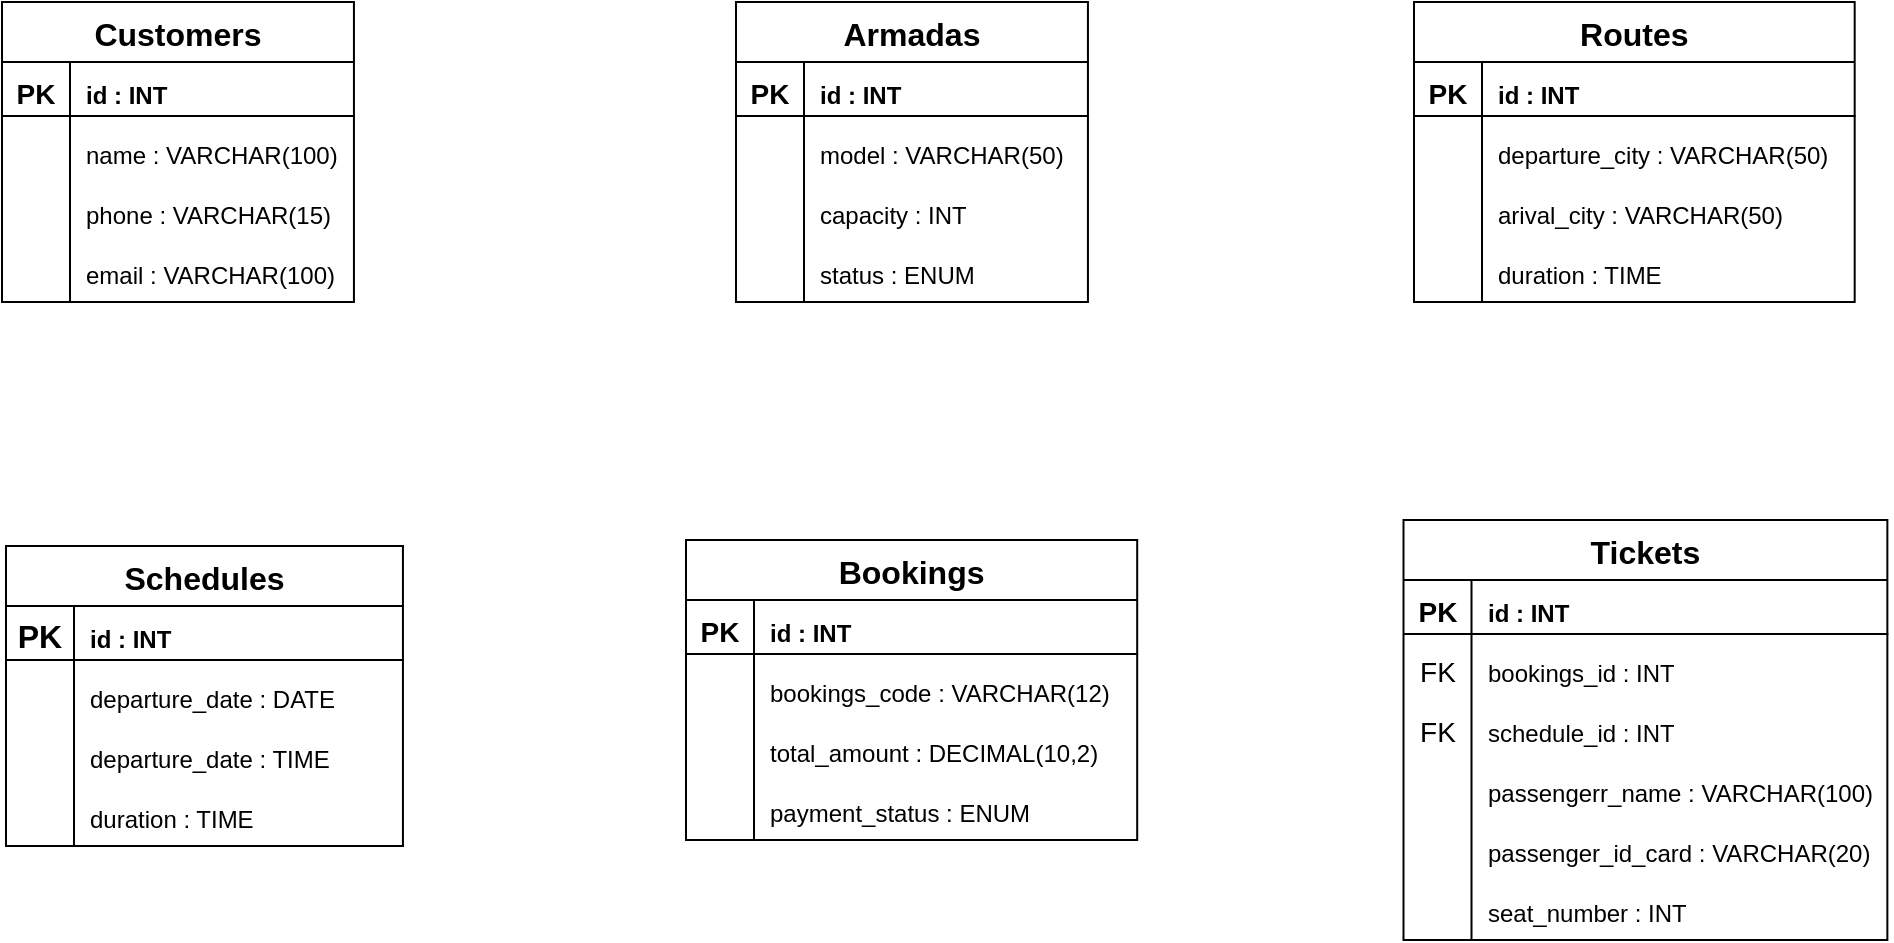
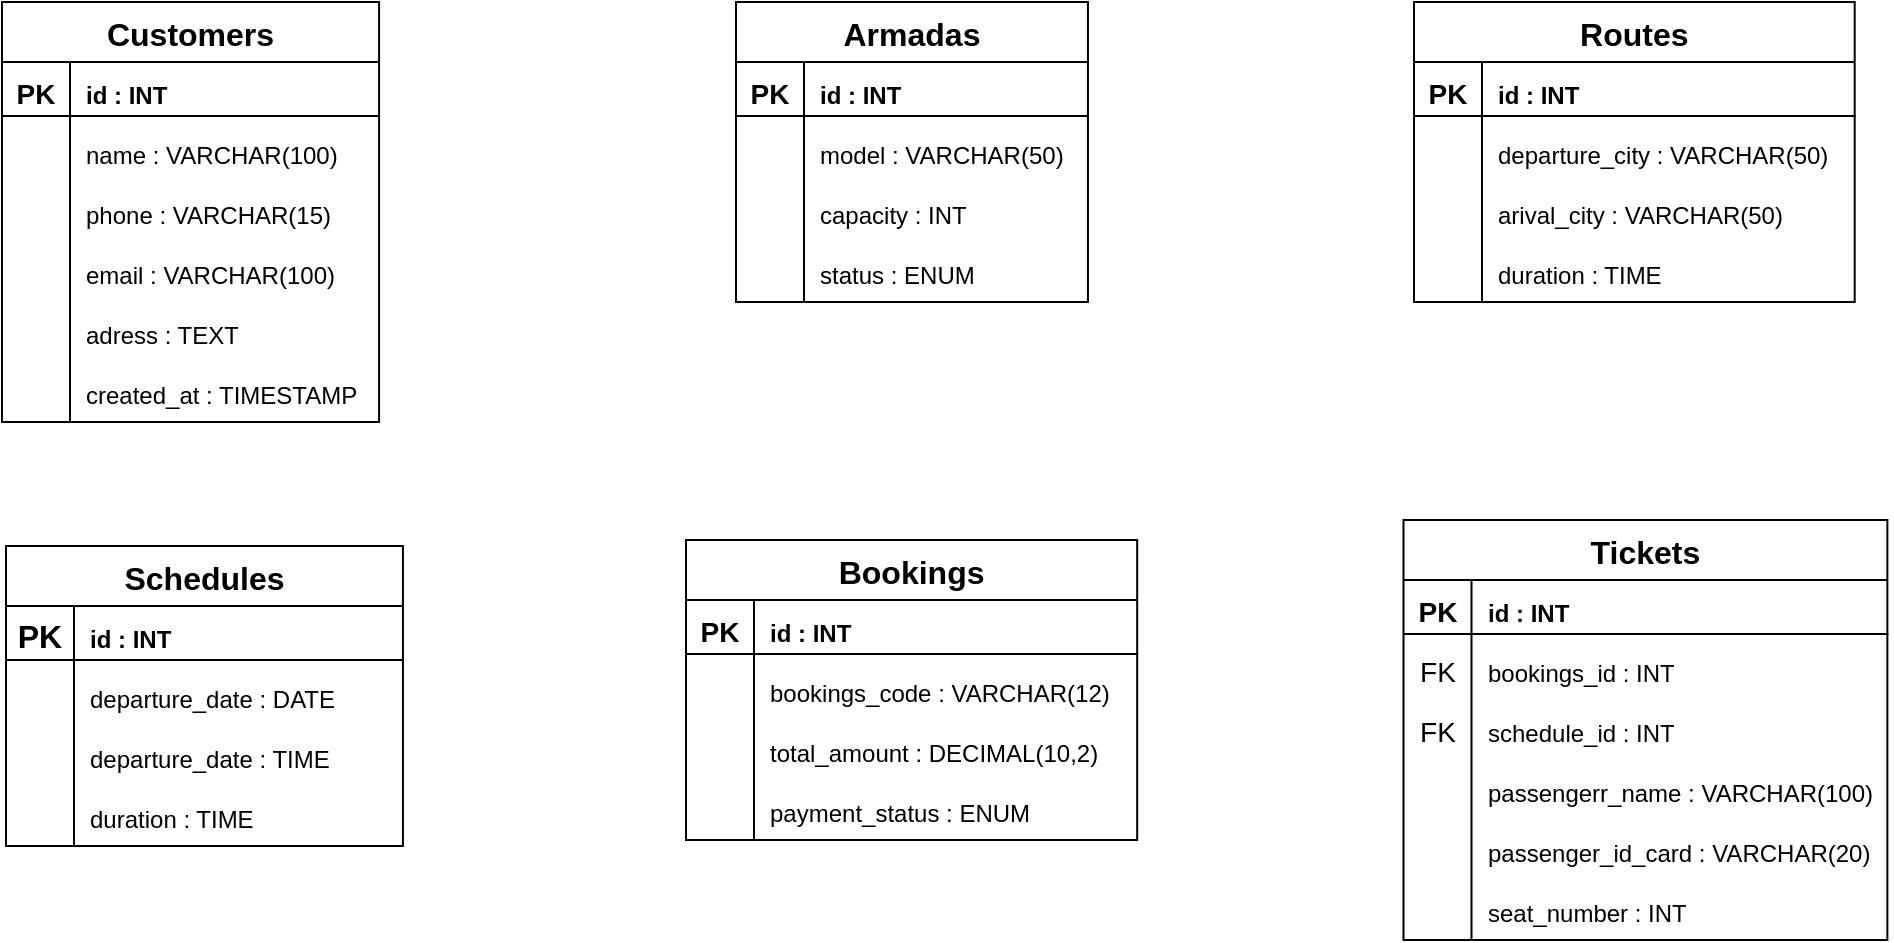
<mxfile host="Electron">
  <diagram name="Page-1" id="kJ8Mc6y_ZzB0DB1dgNBE">
-     <mxGraphModel dx="582" dy="344" grid="0" gridSize="10" guides="1" tooltips="1" connect="1" arrows="1" fold="1" page="1" pageScale="1" pageWidth="1169" pageHeight="827" background="#ffffff" math="0" shadow="0">
+     <mxGraphModel dx="1019" dy="602" grid="0" gridSize="10" guides="1" tooltips="1" connect="1" arrows="1" fold="1" page="1" pageScale="1" pageWidth="1169" pageHeight="827" background="#ffffff" math="0" shadow="0">
      <root>
        <mxCell id="0" />
        <mxCell id="1" parent="0" />
        <mxCell id="spA_d-TOyame6YQLWrdW-179" parent="1" style="shape=table;startSize=30;container=1;collapsible=0;childLayout=tableLayout;fixedRows=1;rowLines=0;fontStyle=1;strokeColor=#000000;fontSize=16;fontColor=#000000;fillColor=#FFFFFF;" value="Customers" vertex="1">
-           <mxGeometry height="150" width="175.9722609747027" x="130" y="88" as="geometry" />
+           <mxGeometry height="210" width="188.54173932756737" x="130" y="88" as="geometry" />
        </mxCell>
        <mxCell id="spA_d-TOyame6YQLWrdW-180" parent="spA_d-TOyame6YQLWrdW-179" style="shape=tableRow;horizontal=0;startSize=0;swimlaneHead=0;swimlaneBody=0;top=0;left=0;bottom=0;right=0;collapsible=0;dropTarget=0;fillColor=none;points=[[0,0.5],[1,0.5]];portConstraint=eastwest;strokeColor=inherit;fontSize=16;" value="" vertex="1">
-           <mxGeometry height="30" width="175.9722609747027" y="30" as="geometry" />
+           <mxGeometry height="30" width="188.54173932756737" y="30" as="geometry" />
        </mxCell>
        <mxCell id="spA_d-TOyame6YQLWrdW-181" parent="spA_d-TOyame6YQLWrdW-180" style="shape=partialRectangle;html=1;whiteSpace=wrap;connectable=0;fillColor=none;top=0;left=0;bottom=0;right=0;overflow=hidden;pointerEvents=1;strokeColor=#000000;fontSize=16;fontColor=#000000;" value="&lt;b&gt;&lt;font style=&quot;font-size: 14px;&quot;&gt;PK&lt;/font&gt;&lt;/b&gt;" vertex="1">
          <mxGeometry height="30" width="34" as="geometry">
            <mxRectangle height="30" width="34" as="alternateBounds" />
          </mxGeometry>
        </mxCell>
        <mxCell id="spA_d-TOyame6YQLWrdW-182" parent="spA_d-TOyame6YQLWrdW-180" style="shape=partialRectangle;html=1;whiteSpace=wrap;connectable=0;fillColor=none;top=0;left=0;bottom=0;right=0;align=left;spacingLeft=6;overflow=hidden;strokeColor=#000000;fontSize=16;fontColor=#000000;" value="&lt;font style=&quot;font-size: 12px;&quot;&gt;&lt;b&gt;id : INT&lt;/b&gt;&lt;/font&gt;" vertex="1">
-           <mxGeometry height="30" width="142" x="34" as="geometry">
-             <mxRectangle height="30" width="142" as="alternateBounds" />
+           <mxGeometry height="30" width="155" x="34" as="geometry">
+             <mxRectangle height="30" width="155" as="alternateBounds" />
          </mxGeometry>
        </mxCell>
        <mxCell id="spA_d-TOyame6YQLWrdW-183" parent="spA_d-TOyame6YQLWrdW-179" style="shape=tableRow;horizontal=0;startSize=0;swimlaneHead=0;swimlaneBody=0;top=0;left=0;bottom=0;right=0;collapsible=0;dropTarget=0;fillColor=none;points=[[0,0.5],[1,0.5]];portConstraint=eastwest;strokeColor=inherit;fontSize=16;" value="" vertex="1">
-           <mxGeometry height="30" width="175.9722609747027" y="60" as="geometry" />
+           <mxGeometry height="30" width="188.54173932756737" y="60" as="geometry" />
        </mxCell>
        <mxCell id="spA_d-TOyame6YQLWrdW-184" parent="spA_d-TOyame6YQLWrdW-183" style="shape=partialRectangle;html=1;whiteSpace=wrap;connectable=0;fillColor=none;top=0;left=0;bottom=0;right=0;overflow=hidden;strokeColor=inherit;fontSize=16;fontColor=#000000;" value="" vertex="1">
          <mxGeometry height="30" width="34" as="geometry">
            <mxRectangle height="30" width="34" as="alternateBounds" />
          </mxGeometry>
        </mxCell>
        <mxCell id="spA_d-TOyame6YQLWrdW-185" parent="spA_d-TOyame6YQLWrdW-183" style="shape=partialRectangle;html=1;whiteSpace=wrap;connectable=0;fillColor=none;top=0;left=0;bottom=0;right=0;align=left;spacingLeft=6;overflow=hidden;strokeColor=inherit;fontSize=16;fontColor=#000000;" value="&lt;span style=&quot;color: rgb(0, 0, 0); font-size: 12px;&quot;&gt;name :&amp;nbsp;&lt;/span&gt;&lt;span style=&quot;color: rgb(0, 0, 0); font-size: 12px; text-align: center;&quot;&gt;VARCHAR(100)&lt;/span&gt;" vertex="1">
-           <mxGeometry height="30" width="142" x="34" as="geometry">
-             <mxRectangle height="30" width="142" as="alternateBounds" />
+           <mxGeometry height="30" width="155" x="34" as="geometry">
+             <mxRectangle height="30" width="155" as="alternateBounds" />
          </mxGeometry>
        </mxCell>
        <mxCell id="spA_d-TOyame6YQLWrdW-186" parent="spA_d-TOyame6YQLWrdW-179" style="shape=tableRow;horizontal=0;startSize=0;swimlaneHead=0;swimlaneBody=0;top=0;left=0;bottom=0;right=0;collapsible=0;dropTarget=0;fillColor=none;points=[[0,0.5],[1,0.5]];portConstraint=eastwest;strokeColor=inherit;fontSize=16;" value="" vertex="1">
-           <mxGeometry height="30" width="175.9722609747027" y="90" as="geometry" />
+           <mxGeometry height="30" width="188.54173932756737" y="90" as="geometry" />
        </mxCell>
        <mxCell id="spA_d-TOyame6YQLWrdW-187" parent="spA_d-TOyame6YQLWrdW-186" style="shape=partialRectangle;html=1;whiteSpace=wrap;connectable=0;fillColor=none;top=0;left=0;bottom=0;right=0;overflow=hidden;strokeColor=inherit;fontSize=16;fontColor=#000000;" value="" vertex="1">
          <mxGeometry height="30" width="34" as="geometry">
            <mxRectangle height="30" width="34" as="alternateBounds" />
          </mxGeometry>
        </mxCell>
        <mxCell id="spA_d-TOyame6YQLWrdW-188" parent="spA_d-TOyame6YQLWrdW-186" style="shape=partialRectangle;html=1;whiteSpace=wrap;connectable=0;fillColor=none;top=0;left=0;bottom=0;right=0;align=left;spacingLeft=6;overflow=hidden;strokeColor=inherit;fontSize=16;fontColor=#000000;" value="&lt;span style=&quot;color: rgb(0, 0, 0); font-size: 12px;&quot;&gt;phone :&amp;nbsp;&lt;/span&gt;&lt;span style=&quot;color: rgb(0, 0, 0); font-size: 12px; text-align: center;&quot;&gt;VARCHAR(15)&lt;/span&gt;" vertex="1">
-           <mxGeometry height="30" width="142" x="34" as="geometry">
-             <mxRectangle height="30" width="142" as="alternateBounds" />
+           <mxGeometry height="30" width="155" x="34" as="geometry">
+             <mxRectangle height="30" width="155" as="alternateBounds" />
          </mxGeometry>
        </mxCell>
        <mxCell id="Xo8xpW6T9qOqPY2RvKqo-4" parent="spA_d-TOyame6YQLWrdW-179" style="shape=tableRow;horizontal=0;startSize=0;swimlaneHead=0;swimlaneBody=0;top=0;left=0;bottom=0;right=0;collapsible=0;dropTarget=0;fillColor=none;points=[[0,0.5],[1,0.5]];portConstraint=eastwest;strokeColor=inherit;fontSize=16;" value="" vertex="1">
-           <mxGeometry height="30" width="175.9722609747027" y="120" as="geometry" />
+           <mxGeometry height="30" width="188.54173932756737" y="120" as="geometry" />
        </mxCell>
        <mxCell id="Xo8xpW6T9qOqPY2RvKqo-5" parent="Xo8xpW6T9qOqPY2RvKqo-4" style="shape=partialRectangle;html=1;whiteSpace=wrap;connectable=0;fillColor=none;top=0;left=0;bottom=0;right=0;overflow=hidden;strokeColor=inherit;fontSize=16;fontColor=#000000;" value="" vertex="1">
          <mxGeometry height="30" width="34" as="geometry">
            <mxRectangle height="30" width="34" as="alternateBounds" />
          </mxGeometry>
        </mxCell>
        <mxCell id="Xo8xpW6T9qOqPY2RvKqo-6" parent="Xo8xpW6T9qOqPY2RvKqo-4" style="shape=partialRectangle;html=1;whiteSpace=wrap;connectable=0;fillColor=none;top=0;left=0;bottom=0;right=0;align=left;spacingLeft=6;overflow=hidden;strokeColor=inherit;fontSize=16;fontColor=#000000;" value="&lt;span style=&quot;color: rgb(0, 0, 0); font-size: 12px;&quot;&gt;email :&amp;nbsp;&lt;/span&gt;&lt;span style=&quot;color: rgb(0, 0, 0); font-size: 12px; text-align: center;&quot;&gt;VARCHAR(100)&lt;/span&gt;" vertex="1">
-           <mxGeometry height="30" width="142" x="34" as="geometry">
-             <mxRectangle height="30" width="142" as="alternateBounds" />
+           <mxGeometry height="30" width="155" x="34" as="geometry">
+             <mxRectangle height="30" width="155" as="alternateBounds" />
+           </mxGeometry>
+         </mxCell>
+         <mxCell id="4wj_1gfYNaP55m7zzhlJ-24" parent="spA_d-TOyame6YQLWrdW-179" style="shape=tableRow;horizontal=0;startSize=0;swimlaneHead=0;swimlaneBody=0;top=0;left=0;bottom=0;right=0;collapsible=0;dropTarget=0;fillColor=none;points=[[0,0.5],[1,0.5]];portConstraint=eastwest;strokeColor=inherit;fontSize=16;" value="" vertex="1">
+           <mxGeometry height="30" width="188.54173932756737" y="150" as="geometry" />
+         </mxCell>
+         <mxCell id="4wj_1gfYNaP55m7zzhlJ-25" parent="4wj_1gfYNaP55m7zzhlJ-24" style="shape=partialRectangle;html=1;whiteSpace=wrap;connectable=0;fillColor=none;top=0;left=0;bottom=0;right=0;overflow=hidden;strokeColor=inherit;fontSize=16;fontColor=#000000;" value="" vertex="1">
+           <mxGeometry height="30" width="34" as="geometry">
+             <mxRectangle height="30" width="34" as="alternateBounds" />
+           </mxGeometry>
+         </mxCell>
+         <mxCell id="4wj_1gfYNaP55m7zzhlJ-26" parent="4wj_1gfYNaP55m7zzhlJ-24" style="shape=partialRectangle;html=1;whiteSpace=wrap;connectable=0;fillColor=none;top=0;left=0;bottom=0;right=0;align=left;spacingLeft=6;overflow=hidden;strokeColor=inherit;fontSize=16;fontColor=#000000;" value="&lt;div style=&quot;text-align: center;&quot;&gt;&lt;span style=&quot;color: rgb(0, 0, 0); font-size: 12px; background-color: transparent;&quot;&gt;adress : TEXT&lt;/span&gt;&lt;/div&gt;" vertex="1">
+           <mxGeometry height="30" width="155" x="34" as="geometry">
+             <mxRectangle height="30" width="155" as="alternateBounds" />
+           </mxGeometry>
+         </mxCell>
+         <mxCell id="4wj_1gfYNaP55m7zzhlJ-27" parent="spA_d-TOyame6YQLWrdW-179" style="shape=tableRow;horizontal=0;startSize=0;swimlaneHead=0;swimlaneBody=0;top=0;left=0;bottom=0;right=0;collapsible=0;dropTarget=0;fillColor=none;points=[[0,0.5],[1,0.5]];portConstraint=eastwest;strokeColor=inherit;fontSize=16;" value="" vertex="1">
+           <mxGeometry height="30" width="188.54173932756737" y="180" as="geometry" />
+         </mxCell>
+         <mxCell id="4wj_1gfYNaP55m7zzhlJ-28" parent="4wj_1gfYNaP55m7zzhlJ-27" style="shape=partialRectangle;html=1;whiteSpace=wrap;connectable=0;fillColor=none;top=0;left=0;bottom=0;right=0;overflow=hidden;strokeColor=inherit;fontSize=16;fontColor=#000000;" value="" vertex="1">
+           <mxGeometry height="30" width="34" as="geometry">
+             <mxRectangle height="30" width="34" as="alternateBounds" />
+           </mxGeometry>
+         </mxCell>
+         <mxCell id="4wj_1gfYNaP55m7zzhlJ-29" parent="4wj_1gfYNaP55m7zzhlJ-27" style="shape=partialRectangle;html=1;whiteSpace=wrap;connectable=0;fillColor=none;top=0;left=0;bottom=0;right=0;align=left;spacingLeft=6;overflow=hidden;strokeColor=inherit;fontSize=16;fontColor=#000000;" value="&lt;div style=&quot;text-align: center;&quot;&gt;&lt;span style=&quot;color: rgb(0, 0, 0); font-size: 12px; background-color: transparent;&quot;&gt;created_at : TIMESTAMP&lt;/span&gt;&lt;/div&gt;" vertex="1">
+           <mxGeometry height="30" width="155" x="34" as="geometry">
+             <mxRectangle height="30" width="155" as="alternateBounds" />
          </mxGeometry>
        </mxCell>
        <mxCell id="Xo8xpW6T9qOqPY2RvKqo-3" edge="1" parent="spA_d-TOyame6YQLWrdW-179" source="spA_d-TOyame6YQLWrdW-180" style="endArrow=none;html=1;rounded=0;strokeColor=#000000;entryX=1.002;entryY=0.898;entryDx=0;entryDy=0;entryPerimeter=0;exitX=0;exitY=0.9;exitDx=0;exitDy=0;exitPerimeter=0;" target="spA_d-TOyame6YQLWrdW-180" value="">
          <mxGeometry height="50" relative="1" width="50" as="geometry">
            <mxPoint x="72" y="102" as="sourcePoint" />
            <mxPoint x="122" y="52" as="targetPoint" />
          </mxGeometry>
        </mxCell>
        <mxCell id="Xo8xpW6T9qOqPY2RvKqo-7" parent="1" style="shape=table;startSize=30;container=1;collapsible=0;childLayout=tableLayout;fixedRows=1;rowLines=0;fontStyle=1;strokeColor=#000000;fontSize=16;fontColor=#000000;fillColor=#FFFFFF;" value="Armadas" vertex="1">
          <mxGeometry height="150" width="175.9722609747027" x="497" y="88" as="geometry" />
        </mxCell>
        <mxCell id="Xo8xpW6T9qOqPY2RvKqo-8" parent="Xo8xpW6T9qOqPY2RvKqo-7" style="shape=tableRow;horizontal=0;startSize=0;swimlaneHead=0;swimlaneBody=0;top=0;left=0;bottom=0;right=0;collapsible=0;dropTarget=0;fillColor=none;points=[[0,0.5],[1,0.5]];portConstraint=eastwest;strokeColor=inherit;fontSize=16;" value="" vertex="1">
          <mxGeometry height="30" width="175.9722609747027" y="30" as="geometry" />
        </mxCell>
        <mxCell id="Xo8xpW6T9qOqPY2RvKqo-9" parent="Xo8xpW6T9qOqPY2RvKqo-8" style="shape=partialRectangle;html=1;whiteSpace=wrap;connectable=0;fillColor=none;top=0;left=0;bottom=0;right=0;overflow=hidden;pointerEvents=1;strokeColor=#000000;fontSize=16;fontColor=#000000;" value="&lt;b&gt;&lt;font style=&quot;font-size: 14px;&quot;&gt;PK&lt;/font&gt;&lt;/b&gt;" vertex="1">
          <mxGeometry height="30" width="34" as="geometry">
            <mxRectangle height="30" width="34" as="alternateBounds" />
          </mxGeometry>
        </mxCell>
        <mxCell id="Xo8xpW6T9qOqPY2RvKqo-10" parent="Xo8xpW6T9qOqPY2RvKqo-8" style="shape=partialRectangle;html=1;whiteSpace=wrap;connectable=0;fillColor=none;top=0;left=0;bottom=0;right=0;align=left;spacingLeft=6;overflow=hidden;strokeColor=#000000;fontSize=16;fontColor=#000000;" value="&lt;font style=&quot;font-size: 12px;&quot;&gt;&lt;b&gt;id : INT&lt;/b&gt;&lt;/font&gt;" vertex="1">
          <mxGeometry height="30" width="142" x="34" as="geometry">
            <mxRectangle height="30" width="142" as="alternateBounds" />
          </mxGeometry>
        </mxCell>
        <mxCell id="Xo8xpW6T9qOqPY2RvKqo-11" parent="Xo8xpW6T9qOqPY2RvKqo-7" style="shape=tableRow;horizontal=0;startSize=0;swimlaneHead=0;swimlaneBody=0;top=0;left=0;bottom=0;right=0;collapsible=0;dropTarget=0;fillColor=none;points=[[0,0.5],[1,0.5]];portConstraint=eastwest;strokeColor=inherit;fontSize=16;" value="" vertex="1">
          <mxGeometry height="30" width="175.9722609747027" y="60" as="geometry" />
        </mxCell>
        <mxCell id="Xo8xpW6T9qOqPY2RvKqo-12" parent="Xo8xpW6T9qOqPY2RvKqo-11" style="shape=partialRectangle;html=1;whiteSpace=wrap;connectable=0;fillColor=none;top=0;left=0;bottom=0;right=0;overflow=hidden;strokeColor=inherit;fontSize=16;fontColor=#000000;" value="" vertex="1">
          <mxGeometry height="30" width="34" as="geometry">
            <mxRectangle height="30" width="34" as="alternateBounds" />
          </mxGeometry>
        </mxCell>
        <mxCell id="Xo8xpW6T9qOqPY2RvKqo-13" parent="Xo8xpW6T9qOqPY2RvKqo-11" style="shape=partialRectangle;html=1;whiteSpace=wrap;connectable=0;fillColor=none;top=0;left=0;bottom=0;right=0;align=left;spacingLeft=6;overflow=hidden;strokeColor=inherit;fontSize=16;fontColor=#000000;" value="&lt;font color=&quot;#000000&quot;&gt;&lt;span style=&quot;font-size: 12px;&quot;&gt;model : VARCHAR(50)&lt;/span&gt;&lt;/font&gt;" vertex="1">
          <mxGeometry height="30" width="142" x="34" as="geometry">
            <mxRectangle height="30" width="142" as="alternateBounds" />
          </mxGeometry>
        </mxCell>
        <mxCell id="Xo8xpW6T9qOqPY2RvKqo-14" parent="Xo8xpW6T9qOqPY2RvKqo-7" style="shape=tableRow;horizontal=0;startSize=0;swimlaneHead=0;swimlaneBody=0;top=0;left=0;bottom=0;right=0;collapsible=0;dropTarget=0;fillColor=none;points=[[0,0.5],[1,0.5]];portConstraint=eastwest;strokeColor=inherit;fontSize=16;" value="" vertex="1">
          <mxGeometry height="30" width="175.9722609747027" y="90" as="geometry" />
        </mxCell>
        <mxCell id="Xo8xpW6T9qOqPY2RvKqo-15" parent="Xo8xpW6T9qOqPY2RvKqo-14" style="shape=partialRectangle;html=1;whiteSpace=wrap;connectable=0;fillColor=none;top=0;left=0;bottom=0;right=0;overflow=hidden;strokeColor=inherit;fontSize=16;fontColor=#000000;" value="" vertex="1">
          <mxGeometry height="30" width="34" as="geometry">
            <mxRectangle height="30" width="34" as="alternateBounds" />
          </mxGeometry>
        </mxCell>
        <mxCell id="Xo8xpW6T9qOqPY2RvKqo-16" parent="Xo8xpW6T9qOqPY2RvKqo-14" style="shape=partialRectangle;html=1;whiteSpace=wrap;connectable=0;fillColor=none;top=0;left=0;bottom=0;right=0;align=left;spacingLeft=6;overflow=hidden;strokeColor=inherit;fontSize=16;fontColor=#000000;" value="&lt;div style=&quot;text-align: center;&quot;&gt;&lt;span style=&quot;color: rgb(0, 0, 0); font-size: 12px; background-color: transparent;&quot;&gt;capacity : INT&lt;/span&gt;&lt;/div&gt;" vertex="1">
          <mxGeometry height="30" width="142" x="34" as="geometry">
            <mxRectangle height="30" width="142" as="alternateBounds" />
          </mxGeometry>
        </mxCell>
        <mxCell id="Xo8xpW6T9qOqPY2RvKqo-17" parent="Xo8xpW6T9qOqPY2RvKqo-7" style="shape=tableRow;horizontal=0;startSize=0;swimlaneHead=0;swimlaneBody=0;top=0;left=0;bottom=0;right=0;collapsible=0;dropTarget=0;fillColor=none;points=[[0,0.5],[1,0.5]];portConstraint=eastwest;strokeColor=inherit;fontSize=16;" value="" vertex="1">
          <mxGeometry height="30" width="175.9722609747027" y="120" as="geometry" />
        </mxCell>
        <mxCell id="Xo8xpW6T9qOqPY2RvKqo-18" parent="Xo8xpW6T9qOqPY2RvKqo-17" style="shape=partialRectangle;html=1;whiteSpace=wrap;connectable=0;fillColor=none;top=0;left=0;bottom=0;right=0;overflow=hidden;strokeColor=inherit;fontSize=16;fontColor=#000000;" value="" vertex="1">
          <mxGeometry height="30" width="34" as="geometry">
            <mxRectangle height="30" width="34" as="alternateBounds" />
          </mxGeometry>
        </mxCell>
        <mxCell id="Xo8xpW6T9qOqPY2RvKqo-19" parent="Xo8xpW6T9qOqPY2RvKqo-17" style="shape=partialRectangle;html=1;whiteSpace=wrap;connectable=0;fillColor=none;top=0;left=0;bottom=0;right=0;align=left;spacingLeft=6;overflow=hidden;strokeColor=inherit;fontSize=16;fontColor=#000000;" value="&lt;span style=&quot;color: rgb(0, 0, 0); font-size: 12px;&quot;&gt;status :&amp;nbsp;&lt;/span&gt;&lt;span style=&quot;color: rgb(0, 0, 0); font-size: 12px; text-align: center;&quot;&gt;ENUM&lt;/span&gt;" vertex="1">
          <mxGeometry height="30" width="142" x="34" as="geometry">
            <mxRectangle height="30" width="142" as="alternateBounds" />
          </mxGeometry>
        </mxCell>
        <mxCell id="Xo8xpW6T9qOqPY2RvKqo-20" edge="1" parent="Xo8xpW6T9qOqPY2RvKqo-7" source="Xo8xpW6T9qOqPY2RvKqo-8" style="endArrow=none;html=1;rounded=0;strokeColor=#000000;entryX=1.002;entryY=0.898;entryDx=0;entryDy=0;entryPerimeter=0;exitX=0;exitY=0.9;exitDx=0;exitDy=0;exitPerimeter=0;" target="Xo8xpW6T9qOqPY2RvKqo-8" value="">
          <mxGeometry height="50" relative="1" width="50" as="geometry">
            <mxPoint x="72" y="102" as="sourcePoint" />
            <mxPoint x="122" y="52" as="targetPoint" />
          </mxGeometry>
        </mxCell>
        <mxCell id="Xo8xpW6T9qOqPY2RvKqo-21" parent="1" style="shape=table;startSize=30;container=1;collapsible=0;childLayout=tableLayout;fixedRows=1;rowLines=0;fontStyle=1;strokeColor=#000000;fontSize=16;fontColor=#000000;fillColor=#FFFFFF;" value="Routes" vertex="1">
          <mxGeometry height="150" width="220.34746442522356" x="836" y="88" as="geometry" />
        </mxCell>
        <mxCell id="Xo8xpW6T9qOqPY2RvKqo-22" parent="Xo8xpW6T9qOqPY2RvKqo-21" style="shape=tableRow;horizontal=0;startSize=0;swimlaneHead=0;swimlaneBody=0;top=0;left=0;bottom=0;right=0;collapsible=0;dropTarget=0;fillColor=none;points=[[0,0.5],[1,0.5]];portConstraint=eastwest;strokeColor=inherit;fontSize=16;" value="" vertex="1">
          <mxGeometry height="30" width="220.34746442522356" y="30" as="geometry" />
        </mxCell>
        <mxCell id="Xo8xpW6T9qOqPY2RvKqo-23" parent="Xo8xpW6T9qOqPY2RvKqo-22" style="shape=partialRectangle;html=1;whiteSpace=wrap;connectable=0;fillColor=none;top=0;left=0;bottom=0;right=0;overflow=hidden;pointerEvents=1;strokeColor=#000000;fontSize=16;fontColor=#000000;" value="&lt;b&gt;&lt;font style=&quot;font-size: 14px;&quot;&gt;PK&lt;/font&gt;&lt;/b&gt;" vertex="1">
          <mxGeometry height="30" width="34" as="geometry">
            <mxRectangle height="30" width="34" as="alternateBounds" />
          </mxGeometry>
        </mxCell>
        <mxCell id="Xo8xpW6T9qOqPY2RvKqo-24" parent="Xo8xpW6T9qOqPY2RvKqo-22" style="shape=partialRectangle;html=1;whiteSpace=wrap;connectable=0;fillColor=none;top=0;left=0;bottom=0;right=0;align=left;spacingLeft=6;overflow=hidden;strokeColor=#000000;fontSize=16;fontColor=#000000;" value="&lt;font style=&quot;font-size: 12px;&quot;&gt;&lt;b&gt;id : INT&lt;/b&gt;&lt;/font&gt;" vertex="1">
          <mxGeometry height="30" width="186" x="34" as="geometry">
            <mxRectangle height="30" width="186" as="alternateBounds" />
          </mxGeometry>
        </mxCell>
        <mxCell id="Xo8xpW6T9qOqPY2RvKqo-25" parent="Xo8xpW6T9qOqPY2RvKqo-21" style="shape=tableRow;horizontal=0;startSize=0;swimlaneHead=0;swimlaneBody=0;top=0;left=0;bottom=0;right=0;collapsible=0;dropTarget=0;fillColor=none;points=[[0,0.5],[1,0.5]];portConstraint=eastwest;strokeColor=inherit;fontSize=16;" value="" vertex="1">
          <mxGeometry height="30" width="220.34746442522356" y="60" as="geometry" />
        </mxCell>
        <mxCell id="Xo8xpW6T9qOqPY2RvKqo-26" parent="Xo8xpW6T9qOqPY2RvKqo-25" style="shape=partialRectangle;html=1;whiteSpace=wrap;connectable=0;fillColor=none;top=0;left=0;bottom=0;right=0;overflow=hidden;strokeColor=inherit;fontSize=16;fontColor=#000000;" value="" vertex="1">
          <mxGeometry height="30" width="34" as="geometry">
            <mxRectangle height="30" width="34" as="alternateBounds" />
          </mxGeometry>
        </mxCell>
        <mxCell id="Xo8xpW6T9qOqPY2RvKqo-27" parent="Xo8xpW6T9qOqPY2RvKqo-25" style="shape=partialRectangle;html=1;whiteSpace=wrap;connectable=0;fillColor=none;top=0;left=0;bottom=0;right=0;align=left;spacingLeft=6;overflow=hidden;strokeColor=inherit;fontSize=16;fontColor=#000000;" value="&lt;font color=&quot;#000000&quot;&gt;&lt;span style=&quot;font-size: 12px;&quot;&gt;departure_city : VARCHAR(50)&lt;/span&gt;&lt;/font&gt;" vertex="1">
          <mxGeometry height="30" width="186" x="34" as="geometry">
            <mxRectangle height="30" width="186" as="alternateBounds" />
          </mxGeometry>
        </mxCell>
        <mxCell id="Xo8xpW6T9qOqPY2RvKqo-28" parent="Xo8xpW6T9qOqPY2RvKqo-21" style="shape=tableRow;horizontal=0;startSize=0;swimlaneHead=0;swimlaneBody=0;top=0;left=0;bottom=0;right=0;collapsible=0;dropTarget=0;fillColor=none;points=[[0,0.5],[1,0.5]];portConstraint=eastwest;strokeColor=inherit;fontSize=16;" value="" vertex="1">
          <mxGeometry height="30" width="220.34746442522356" y="90" as="geometry" />
        </mxCell>
        <mxCell id="Xo8xpW6T9qOqPY2RvKqo-29" parent="Xo8xpW6T9qOqPY2RvKqo-28" style="shape=partialRectangle;html=1;whiteSpace=wrap;connectable=0;fillColor=none;top=0;left=0;bottom=0;right=0;overflow=hidden;strokeColor=inherit;fontSize=16;fontColor=#000000;" value="" vertex="1">
          <mxGeometry height="30" width="34" as="geometry">
            <mxRectangle height="30" width="34" as="alternateBounds" />
          </mxGeometry>
        </mxCell>
        <mxCell id="Xo8xpW6T9qOqPY2RvKqo-30" parent="Xo8xpW6T9qOqPY2RvKqo-28" style="shape=partialRectangle;html=1;whiteSpace=wrap;connectable=0;fillColor=none;top=0;left=0;bottom=0;right=0;align=left;spacingLeft=6;overflow=hidden;strokeColor=inherit;fontSize=16;fontColor=#000000;" value="&lt;div style=&quot;text-align: center;&quot;&gt;&lt;span style=&quot;color: rgb(0, 0, 0); font-size: 12px; background-color: transparent;&quot;&gt;arival_city : VARCHAR(50)&lt;/span&gt;&lt;/div&gt;" vertex="1">
          <mxGeometry height="30" width="186" x="34" as="geometry">
            <mxRectangle height="30" width="186" as="alternateBounds" />
          </mxGeometry>
        </mxCell>
        <mxCell id="Xo8xpW6T9qOqPY2RvKqo-31" parent="Xo8xpW6T9qOqPY2RvKqo-21" style="shape=tableRow;horizontal=0;startSize=0;swimlaneHead=0;swimlaneBody=0;top=0;left=0;bottom=0;right=0;collapsible=0;dropTarget=0;fillColor=none;points=[[0,0.5],[1,0.5]];portConstraint=eastwest;strokeColor=inherit;fontSize=16;" value="" vertex="1">
          <mxGeometry height="30" width="220.34746442522356" y="120" as="geometry" />
        </mxCell>
        <mxCell id="Xo8xpW6T9qOqPY2RvKqo-32" parent="Xo8xpW6T9qOqPY2RvKqo-31" style="shape=partialRectangle;html=1;whiteSpace=wrap;connectable=0;fillColor=none;top=0;left=0;bottom=0;right=0;overflow=hidden;strokeColor=inherit;fontSize=16;fontColor=#000000;" value="" vertex="1">
          <mxGeometry height="30" width="34" as="geometry">
            <mxRectangle height="30" width="34" as="alternateBounds" />
          </mxGeometry>
        </mxCell>
        <mxCell id="Xo8xpW6T9qOqPY2RvKqo-33" parent="Xo8xpW6T9qOqPY2RvKqo-31" style="shape=partialRectangle;html=1;whiteSpace=wrap;connectable=0;fillColor=none;top=0;left=0;bottom=0;right=0;align=left;spacingLeft=6;overflow=hidden;strokeColor=inherit;fontSize=16;fontColor=#000000;" value="&lt;div style=&quot;text-align: center;&quot;&gt;&lt;span style=&quot;color: rgb(0, 0, 0); font-size: 12px; background-color: transparent;&quot;&gt;duration : TIME&lt;/span&gt;&lt;/div&gt;" vertex="1">
          <mxGeometry height="30" width="186" x="34" as="geometry">
            <mxRectangle height="30" width="186" as="alternateBounds" />
          </mxGeometry>
        </mxCell>
        <mxCell id="Xo8xpW6T9qOqPY2RvKqo-34" edge="1" parent="Xo8xpW6T9qOqPY2RvKqo-21" source="Xo8xpW6T9qOqPY2RvKqo-22" style="endArrow=none;html=1;rounded=0;strokeColor=#000000;entryX=1.002;entryY=0.898;entryDx=0;entryDy=0;entryPerimeter=0;exitX=0;exitY=0.9;exitDx=0;exitDy=0;exitPerimeter=0;" target="Xo8xpW6T9qOqPY2RvKqo-22" value="">
          <mxGeometry height="50" relative="1" width="50" as="geometry">
            <mxPoint x="72" y="102" as="sourcePoint" />
            <mxPoint x="122" y="52" as="targetPoint" />
          </mxGeometry>
        </mxCell>
        <mxCell id="Xo8xpW6T9qOqPY2RvKqo-49" parent="1" style="shape=table;startSize=30;container=1;collapsible=0;childLayout=tableLayout;fixedRows=1;rowLines=0;fontStyle=1;strokeColor=#000000;fontSize=16;fontColor=#000000;fillColor=#FFFFFF;" value="Schedules" vertex="1">
          <mxGeometry height="150" width="198.47246442522373" x="132" y="360" as="geometry" />
        </mxCell>
        <mxCell id="Xo8xpW6T9qOqPY2RvKqo-50" parent="Xo8xpW6T9qOqPY2RvKqo-49" style="shape=tableRow;horizontal=0;startSize=0;swimlaneHead=0;swimlaneBody=0;top=0;left=0;bottom=0;right=0;collapsible=0;dropTarget=0;fillColor=none;points=[[0,0.5],[1,0.5]];portConstraint=eastwest;strokeColor=inherit;fontSize=16;" value="" vertex="1">
          <mxGeometry height="30" width="198.47246442522373" y="30" as="geometry" />
        </mxCell>
        <mxCell id="Xo8xpW6T9qOqPY2RvKqo-51" parent="Xo8xpW6T9qOqPY2RvKqo-50" style="shape=partialRectangle;html=1;whiteSpace=wrap;connectable=0;fillColor=none;top=0;left=0;bottom=0;right=0;overflow=hidden;pointerEvents=1;strokeColor=#000000;fontSize=16;fontColor=#000000;" value="&lt;b&gt;PK&lt;/b&gt;" vertex="1">
          <mxGeometry height="30" width="34" as="geometry">
            <mxRectangle height="30" width="34" as="alternateBounds" />
          </mxGeometry>
        </mxCell>
        <mxCell id="Xo8xpW6T9qOqPY2RvKqo-52" parent="Xo8xpW6T9qOqPY2RvKqo-50" style="shape=partialRectangle;html=1;whiteSpace=wrap;connectable=0;fillColor=none;top=0;left=0;bottom=0;right=0;align=left;spacingLeft=6;overflow=hidden;strokeColor=#000000;fontSize=16;fontColor=#000000;" value="&lt;font style=&quot;font-size: 12px;&quot;&gt;&lt;b&gt;id : INT&lt;/b&gt;&lt;/font&gt;" vertex="1">
          <mxGeometry height="30" width="164" x="34" as="geometry">
            <mxRectangle height="30" width="164" as="alternateBounds" />
          </mxGeometry>
        </mxCell>
        <mxCell id="Xo8xpW6T9qOqPY2RvKqo-53" parent="Xo8xpW6T9qOqPY2RvKqo-49" style="shape=tableRow;horizontal=0;startSize=0;swimlaneHead=0;swimlaneBody=0;top=0;left=0;bottom=0;right=0;collapsible=0;dropTarget=0;fillColor=none;points=[[0,0.5],[1,0.5]];portConstraint=eastwest;strokeColor=inherit;fontSize=16;" value="" vertex="1">
          <mxGeometry height="30" width="198.47246442522373" y="60" as="geometry" />
        </mxCell>
        <mxCell id="Xo8xpW6T9qOqPY2RvKqo-54" parent="Xo8xpW6T9qOqPY2RvKqo-53" style="shape=partialRectangle;html=1;whiteSpace=wrap;connectable=0;fillColor=none;top=0;left=0;bottom=0;right=0;overflow=hidden;strokeColor=inherit;fontSize=16;fontColor=#000000;" value="" vertex="1">
          <mxGeometry height="30" width="34" as="geometry">
            <mxRectangle height="30" width="34" as="alternateBounds" />
          </mxGeometry>
        </mxCell>
        <mxCell id="Xo8xpW6T9qOqPY2RvKqo-55" parent="Xo8xpW6T9qOqPY2RvKqo-53" style="shape=partialRectangle;html=1;whiteSpace=wrap;connectable=0;fillColor=none;top=0;left=0;bottom=0;right=0;align=left;spacingLeft=6;overflow=hidden;strokeColor=inherit;fontSize=16;fontColor=#000000;" value="&lt;font color=&quot;#000000&quot;&gt;&lt;span style=&quot;font-size: 12px;&quot;&gt;departure_date : DATE&lt;/span&gt;&lt;/font&gt;" vertex="1">
          <mxGeometry height="30" width="164" x="34" as="geometry">
            <mxRectangle height="30" width="164" as="alternateBounds" />
          </mxGeometry>
        </mxCell>
        <mxCell id="Xo8xpW6T9qOqPY2RvKqo-56" parent="Xo8xpW6T9qOqPY2RvKqo-49" style="shape=tableRow;horizontal=0;startSize=0;swimlaneHead=0;swimlaneBody=0;top=0;left=0;bottom=0;right=0;collapsible=0;dropTarget=0;fillColor=none;points=[[0,0.5],[1,0.5]];portConstraint=eastwest;strokeColor=inherit;fontSize=16;" value="" vertex="1">
          <mxGeometry height="30" width="198.47246442522373" y="90" as="geometry" />
        </mxCell>
        <mxCell id="Xo8xpW6T9qOqPY2RvKqo-57" parent="Xo8xpW6T9qOqPY2RvKqo-56" style="shape=partialRectangle;html=1;whiteSpace=wrap;connectable=0;fillColor=none;top=0;left=0;bottom=0;right=0;overflow=hidden;strokeColor=inherit;fontSize=16;fontColor=#000000;" value="" vertex="1">
          <mxGeometry height="30" width="34" as="geometry">
            <mxRectangle height="30" width="34" as="alternateBounds" />
          </mxGeometry>
        </mxCell>
        <mxCell id="Xo8xpW6T9qOqPY2RvKqo-58" parent="Xo8xpW6T9qOqPY2RvKqo-56" style="shape=partialRectangle;html=1;whiteSpace=wrap;connectable=0;fillColor=none;top=0;left=0;bottom=0;right=0;align=left;spacingLeft=6;overflow=hidden;strokeColor=inherit;fontSize=16;fontColor=#000000;" value="&lt;div style=&quot;text-align: center;&quot;&gt;&lt;span style=&quot;color: rgb(0, 0, 0); font-size: 12px; background-color: transparent;&quot;&gt;&lt;span style=&quot;background-color: transparent; text-align: left;&quot;&gt;departure_date&lt;/span&gt;&amp;nbsp;: TIME&lt;/span&gt;&lt;/div&gt;" vertex="1">
          <mxGeometry height="30" width="164" x="34" as="geometry">
            <mxRectangle height="30" width="164" as="alternateBounds" />
          </mxGeometry>
        </mxCell>
        <mxCell id="Xo8xpW6T9qOqPY2RvKqo-59" parent="Xo8xpW6T9qOqPY2RvKqo-49" style="shape=tableRow;horizontal=0;startSize=0;swimlaneHead=0;swimlaneBody=0;top=0;left=0;bottom=0;right=0;collapsible=0;dropTarget=0;fillColor=none;points=[[0,0.5],[1,0.5]];portConstraint=eastwest;strokeColor=inherit;fontSize=16;" value="" vertex="1">
          <mxGeometry height="30" width="198.47246442522373" y="120" as="geometry" />
        </mxCell>
        <mxCell id="Xo8xpW6T9qOqPY2RvKqo-60" parent="Xo8xpW6T9qOqPY2RvKqo-59" style="shape=partialRectangle;html=1;whiteSpace=wrap;connectable=0;fillColor=none;top=0;left=0;bottom=0;right=0;overflow=hidden;strokeColor=inherit;fontSize=16;fontColor=#000000;" value="" vertex="1">
          <mxGeometry height="30" width="34" as="geometry">
            <mxRectangle height="30" width="34" as="alternateBounds" />
          </mxGeometry>
        </mxCell>
        <mxCell id="Xo8xpW6T9qOqPY2RvKqo-61" parent="Xo8xpW6T9qOqPY2RvKqo-59" style="shape=partialRectangle;html=1;whiteSpace=wrap;connectable=0;fillColor=none;top=0;left=0;bottom=0;right=0;align=left;spacingLeft=6;overflow=hidden;strokeColor=inherit;fontSize=16;fontColor=#000000;" value="&lt;div style=&quot;text-align: center;&quot;&gt;&lt;span style=&quot;color: rgb(0, 0, 0); font-size: 12px; background-color: transparent;&quot;&gt;duration : TIME&lt;/span&gt;&lt;/div&gt;" vertex="1">
          <mxGeometry height="30" width="164" x="34" as="geometry">
            <mxRectangle height="30" width="164" as="alternateBounds" />
          </mxGeometry>
        </mxCell>
        <mxCell id="Xo8xpW6T9qOqPY2RvKqo-62" edge="1" parent="Xo8xpW6T9qOqPY2RvKqo-49" source="Xo8xpW6T9qOqPY2RvKqo-50" style="endArrow=none;html=1;rounded=0;strokeColor=#000000;entryX=1.002;entryY=0.898;entryDx=0;entryDy=0;entryPerimeter=0;exitX=0;exitY=0.9;exitDx=0;exitDy=0;exitPerimeter=0;" target="Xo8xpW6T9qOqPY2RvKqo-50" value="">
          <mxGeometry height="50" relative="1" width="50" as="geometry">
            <mxPoint x="72" y="102" as="sourcePoint" />
            <mxPoint x="122" y="52" as="targetPoint" />
          </mxGeometry>
        </mxCell>
        <mxCell id="Xo8xpW6T9qOqPY2RvKqo-63" parent="1" style="shape=table;startSize=30;container=1;collapsible=0;childLayout=tableLayout;fixedRows=1;rowLines=0;fontStyle=1;strokeColor=#000000;fontSize=16;fontColor=#000000;fillColor=#FFFFFF;" value="Bookings" vertex="1">
          <mxGeometry height="150" width="225.59746442522385" x="472" y="357" as="geometry" />
        </mxCell>
        <mxCell id="Xo8xpW6T9qOqPY2RvKqo-64" parent="Xo8xpW6T9qOqPY2RvKqo-63" style="shape=tableRow;horizontal=0;startSize=0;swimlaneHead=0;swimlaneBody=0;top=0;left=0;bottom=0;right=0;collapsible=0;dropTarget=0;fillColor=none;points=[[0,0.5],[1,0.5]];portConstraint=eastwest;strokeColor=inherit;fontSize=16;" value="" vertex="1">
          <mxGeometry height="30" width="225.59746442522385" y="30" as="geometry" />
        </mxCell>
        <mxCell id="Xo8xpW6T9qOqPY2RvKqo-65" parent="Xo8xpW6T9qOqPY2RvKqo-64" style="shape=partialRectangle;html=1;whiteSpace=wrap;connectable=0;fillColor=none;top=0;left=0;bottom=0;right=0;overflow=hidden;pointerEvents=1;strokeColor=#000000;fontSize=16;fontColor=#000000;" value="&lt;b&gt;&lt;font style=&quot;font-size: 14px;&quot;&gt;PK&lt;/font&gt;&lt;/b&gt;" vertex="1">
          <mxGeometry height="30" width="34" as="geometry">
            <mxRectangle height="30" width="34" as="alternateBounds" />
          </mxGeometry>
        </mxCell>
        <mxCell id="Xo8xpW6T9qOqPY2RvKqo-66" parent="Xo8xpW6T9qOqPY2RvKqo-64" style="shape=partialRectangle;html=1;whiteSpace=wrap;connectable=0;fillColor=none;top=0;left=0;bottom=0;right=0;align=left;spacingLeft=6;overflow=hidden;strokeColor=#000000;fontSize=16;fontColor=#000000;" value="&lt;font style=&quot;font-size: 12px;&quot;&gt;&lt;b&gt;id : INT&lt;/b&gt;&lt;/font&gt;" vertex="1">
          <mxGeometry height="30" width="192" x="34" as="geometry">
            <mxRectangle height="30" width="192" as="alternateBounds" />
          </mxGeometry>
        </mxCell>
        <mxCell id="Xo8xpW6T9qOqPY2RvKqo-67" parent="Xo8xpW6T9qOqPY2RvKqo-63" style="shape=tableRow;horizontal=0;startSize=0;swimlaneHead=0;swimlaneBody=0;top=0;left=0;bottom=0;right=0;collapsible=0;dropTarget=0;fillColor=none;points=[[0,0.5],[1,0.5]];portConstraint=eastwest;strokeColor=inherit;fontSize=16;" value="" vertex="1">
          <mxGeometry height="30" width="225.59746442522385" y="60" as="geometry" />
        </mxCell>
        <mxCell id="Xo8xpW6T9qOqPY2RvKqo-68" parent="Xo8xpW6T9qOqPY2RvKqo-67" style="shape=partialRectangle;html=1;whiteSpace=wrap;connectable=0;fillColor=none;top=0;left=0;bottom=0;right=0;overflow=hidden;strokeColor=inherit;fontSize=16;fontColor=#000000;" value="" vertex="1">
          <mxGeometry height="30" width="34" as="geometry">
            <mxRectangle height="30" width="34" as="alternateBounds" />
          </mxGeometry>
        </mxCell>
        <mxCell id="Xo8xpW6T9qOqPY2RvKqo-69" parent="Xo8xpW6T9qOqPY2RvKqo-67" style="shape=partialRectangle;html=1;whiteSpace=wrap;connectable=0;fillColor=none;top=0;left=0;bottom=0;right=0;align=left;spacingLeft=6;overflow=hidden;strokeColor=inherit;fontSize=16;fontColor=#000000;" value="&lt;font color=&quot;#000000&quot;&gt;&lt;span style=&quot;font-size: 12px;&quot;&gt;bookings_code : VARCHAR(12)&lt;/span&gt;&lt;/font&gt;" vertex="1">
          <mxGeometry height="30" width="192" x="34" as="geometry">
            <mxRectangle height="30" width="192" as="alternateBounds" />
          </mxGeometry>
        </mxCell>
        <mxCell id="Xo8xpW6T9qOqPY2RvKqo-70" parent="Xo8xpW6T9qOqPY2RvKqo-63" style="shape=tableRow;horizontal=0;startSize=0;swimlaneHead=0;swimlaneBody=0;top=0;left=0;bottom=0;right=0;collapsible=0;dropTarget=0;fillColor=none;points=[[0,0.5],[1,0.5]];portConstraint=eastwest;strokeColor=inherit;fontSize=16;" value="" vertex="1">
          <mxGeometry height="30" width="225.59746442522385" y="90" as="geometry" />
        </mxCell>
        <mxCell id="Xo8xpW6T9qOqPY2RvKqo-71" parent="Xo8xpW6T9qOqPY2RvKqo-70" style="shape=partialRectangle;html=1;whiteSpace=wrap;connectable=0;fillColor=none;top=0;left=0;bottom=0;right=0;overflow=hidden;strokeColor=inherit;fontSize=16;fontColor=#000000;" value="" vertex="1">
          <mxGeometry height="30" width="34" as="geometry">
            <mxRectangle height="30" width="34" as="alternateBounds" />
          </mxGeometry>
        </mxCell>
        <mxCell id="Xo8xpW6T9qOqPY2RvKqo-72" parent="Xo8xpW6T9qOqPY2RvKqo-70" style="shape=partialRectangle;html=1;whiteSpace=wrap;connectable=0;fillColor=none;top=0;left=0;bottom=0;right=0;align=left;spacingLeft=6;overflow=hidden;strokeColor=inherit;fontSize=16;fontColor=#000000;" value="&lt;div style=&quot;text-align: left;&quot;&gt;&lt;span style=&quot;color: rgb(0, 0, 0); font-size: 12px; background-color: transparent;&quot;&gt;total_amount : DECIMAL(10,2)&lt;/span&gt;&lt;/div&gt;" vertex="1">
          <mxGeometry height="30" width="192" x="34" as="geometry">
            <mxRectangle height="30" width="192" as="alternateBounds" />
          </mxGeometry>
        </mxCell>
        <mxCell id="Xo8xpW6T9qOqPY2RvKqo-73" parent="Xo8xpW6T9qOqPY2RvKqo-63" style="shape=tableRow;horizontal=0;startSize=0;swimlaneHead=0;swimlaneBody=0;top=0;left=0;bottom=0;right=0;collapsible=0;dropTarget=0;fillColor=none;points=[[0,0.5],[1,0.5]];portConstraint=eastwest;strokeColor=inherit;fontSize=16;" value="" vertex="1">
          <mxGeometry height="30" width="225.59746442522385" y="120" as="geometry" />
        </mxCell>
        <mxCell id="Xo8xpW6T9qOqPY2RvKqo-74" parent="Xo8xpW6T9qOqPY2RvKqo-73" style="shape=partialRectangle;html=1;whiteSpace=wrap;connectable=0;fillColor=none;top=0;left=0;bottom=0;right=0;overflow=hidden;strokeColor=inherit;fontSize=16;fontColor=#000000;" value="" vertex="1">
          <mxGeometry height="30" width="34" as="geometry">
            <mxRectangle height="30" width="34" as="alternateBounds" />
          </mxGeometry>
        </mxCell>
        <mxCell id="Xo8xpW6T9qOqPY2RvKqo-75" parent="Xo8xpW6T9qOqPY2RvKqo-73" style="shape=partialRectangle;html=1;whiteSpace=wrap;connectable=0;fillColor=none;top=0;left=0;bottom=0;right=0;align=left;spacingLeft=6;overflow=hidden;strokeColor=inherit;fontSize=16;fontColor=#000000;" value="&lt;div style=&quot;text-align: center;&quot;&gt;&lt;span style=&quot;color: rgb(0, 0, 0); font-size: 12px; background-color: transparent;&quot;&gt;payment_status : ENUM&lt;/span&gt;&lt;/div&gt;" vertex="1">
          <mxGeometry height="30" width="192" x="34" as="geometry">
            <mxRectangle height="30" width="192" as="alternateBounds" />
          </mxGeometry>
        </mxCell>
        <mxCell id="Xo8xpW6T9qOqPY2RvKqo-76" edge="1" parent="Xo8xpW6T9qOqPY2RvKqo-63" source="Xo8xpW6T9qOqPY2RvKqo-64" style="endArrow=none;html=1;rounded=0;strokeColor=#000000;entryX=1.002;entryY=0.898;entryDx=0;entryDy=0;entryPerimeter=0;exitX=0;exitY=0.9;exitDx=0;exitDy=0;exitPerimeter=0;" target="Xo8xpW6T9qOqPY2RvKqo-64" value="">
          <mxGeometry height="50" relative="1" width="50" as="geometry">
            <mxPoint x="72" y="102" as="sourcePoint" />
            <mxPoint x="122" y="52" as="targetPoint" />
          </mxGeometry>
        </mxCell>
        <mxCell id="4wj_1gfYNaP55m7zzhlJ-1" parent="1" style="shape=table;startSize=30;container=1;collapsible=0;childLayout=tableLayout;fixedRows=1;rowLines=0;fontStyle=1;strokeColor=#000000;fontSize=16;fontColor=#000000;fillColor=#FFFFFF;" value="Tickets" vertex="1">
          <mxGeometry height="210" width="241.93083844866135" x="830.75" y="347" as="geometry" />
        </mxCell>
        <mxCell id="4wj_1gfYNaP55m7zzhlJ-2" parent="4wj_1gfYNaP55m7zzhlJ-1" style="shape=tableRow;horizontal=0;startSize=0;swimlaneHead=0;swimlaneBody=0;top=0;left=0;bottom=0;right=0;collapsible=0;dropTarget=0;fillColor=none;points=[[0,0.5],[1,0.5]];portConstraint=eastwest;strokeColor=inherit;fontSize=16;" value="" vertex="1">
          <mxGeometry height="30" width="241.93083844866135" y="30" as="geometry" />
        </mxCell>
        <mxCell id="4wj_1gfYNaP55m7zzhlJ-3" parent="4wj_1gfYNaP55m7zzhlJ-2" style="shape=partialRectangle;html=1;whiteSpace=wrap;connectable=0;fillColor=none;top=0;left=0;bottom=0;right=0;overflow=hidden;pointerEvents=1;strokeColor=#000000;fontSize=16;fontColor=#000000;" value="&lt;b&gt;&lt;font style=&quot;font-size: 14px;&quot;&gt;PK&lt;/font&gt;&lt;/b&gt;" vertex="1">
          <mxGeometry height="30" width="34" as="geometry">
            <mxRectangle height="30" width="34" as="alternateBounds" />
          </mxGeometry>
        </mxCell>
        <mxCell id="4wj_1gfYNaP55m7zzhlJ-4" parent="4wj_1gfYNaP55m7zzhlJ-2" style="shape=partialRectangle;html=1;whiteSpace=wrap;connectable=0;fillColor=none;top=0;left=0;bottom=0;right=0;align=left;spacingLeft=6;overflow=hidden;strokeColor=#000000;fontSize=16;fontColor=#000000;" value="&lt;font style=&quot;font-size: 12px;&quot;&gt;&lt;b&gt;id : INT&lt;/b&gt;&lt;/font&gt;" vertex="1">
          <mxGeometry height="30" width="208" x="34" as="geometry">
            <mxRectangle height="30" width="208" as="alternateBounds" />
          </mxGeometry>
        </mxCell>
        <mxCell id="4wj_1gfYNaP55m7zzhlJ-5" parent="4wj_1gfYNaP55m7zzhlJ-1" style="shape=tableRow;horizontal=0;startSize=0;swimlaneHead=0;swimlaneBody=0;top=0;left=0;bottom=0;right=0;collapsible=0;dropTarget=0;fillColor=none;points=[[0,0.5],[1,0.5]];portConstraint=eastwest;strokeColor=inherit;fontSize=16;" value="" vertex="1">
          <mxGeometry height="30" width="241.93083844866135" y="60" as="geometry" />
        </mxCell>
        <mxCell id="4wj_1gfYNaP55m7zzhlJ-6" parent="4wj_1gfYNaP55m7zzhlJ-5" style="shape=partialRectangle;html=1;whiteSpace=wrap;connectable=0;fillColor=none;top=0;left=0;bottom=0;right=0;overflow=hidden;strokeColor=inherit;fontSize=16;fontColor=#000000;" value="&lt;font style=&quot;font-size: 14px;&quot;&gt;FK&lt;/font&gt;" vertex="1">
          <mxGeometry height="30" width="34" as="geometry">
            <mxRectangle height="30" width="34" as="alternateBounds" />
          </mxGeometry>
        </mxCell>
        <mxCell id="4wj_1gfYNaP55m7zzhlJ-7" parent="4wj_1gfYNaP55m7zzhlJ-5" style="shape=partialRectangle;html=1;whiteSpace=wrap;connectable=0;fillColor=none;top=0;left=0;bottom=0;right=0;align=left;spacingLeft=6;overflow=hidden;strokeColor=inherit;fontSize=16;fontColor=#000000;" value="&lt;font color=&quot;#000000&quot;&gt;&lt;span style=&quot;font-size: 12px;&quot;&gt;bookings_id : INT&lt;/span&gt;&lt;/font&gt;" vertex="1">
          <mxGeometry height="30" width="208" x="34" as="geometry">
            <mxRectangle height="30" width="208" as="alternateBounds" />
          </mxGeometry>
        </mxCell>
        <mxCell id="4wj_1gfYNaP55m7zzhlJ-8" parent="4wj_1gfYNaP55m7zzhlJ-1" style="shape=tableRow;horizontal=0;startSize=0;swimlaneHead=0;swimlaneBody=0;top=0;left=0;bottom=0;right=0;collapsible=0;dropTarget=0;fillColor=none;points=[[0,0.5],[1,0.5]];portConstraint=eastwest;strokeColor=inherit;fontSize=16;" value="" vertex="1">
          <mxGeometry height="30" width="241.93083844866135" y="90" as="geometry" />
        </mxCell>
        <mxCell id="4wj_1gfYNaP55m7zzhlJ-9" parent="4wj_1gfYNaP55m7zzhlJ-8" style="shape=partialRectangle;html=1;whiteSpace=wrap;connectable=0;fillColor=none;top=0;left=0;bottom=0;right=0;overflow=hidden;strokeColor=inherit;fontSize=16;fontColor=#000000;" value="&lt;span style=&quot;font-size: 14px;&quot;&gt;FK&lt;/span&gt;" vertex="1">
          <mxGeometry height="30" width="34" as="geometry">
            <mxRectangle height="30" width="34" as="alternateBounds" />
          </mxGeometry>
        </mxCell>
        <mxCell id="4wj_1gfYNaP55m7zzhlJ-10" parent="4wj_1gfYNaP55m7zzhlJ-8" style="shape=partialRectangle;html=1;whiteSpace=wrap;connectable=0;fillColor=none;top=0;left=0;bottom=0;right=0;align=left;spacingLeft=6;overflow=hidden;strokeColor=inherit;fontSize=16;fontColor=#000000;" value="&lt;div style=&quot;text-align: left;&quot;&gt;&lt;span style=&quot;color: rgb(0, 0, 0); font-size: 12px;&quot;&gt;schedule_id : INT&lt;/span&gt;&lt;/div&gt;" vertex="1">
          <mxGeometry height="30" width="208" x="34" as="geometry">
            <mxRectangle height="30" width="208" as="alternateBounds" />
          </mxGeometry>
        </mxCell>
        <mxCell id="4wj_1gfYNaP55m7zzhlJ-11" parent="4wj_1gfYNaP55m7zzhlJ-1" style="shape=tableRow;horizontal=0;startSize=0;swimlaneHead=0;swimlaneBody=0;top=0;left=0;bottom=0;right=0;collapsible=0;dropTarget=0;fillColor=none;points=[[0,0.5],[1,0.5]];portConstraint=eastwest;strokeColor=inherit;fontSize=16;" value="" vertex="1">
          <mxGeometry height="30" width="241.93083844866135" y="120" as="geometry" />
        </mxCell>
        <mxCell id="4wj_1gfYNaP55m7zzhlJ-12" parent="4wj_1gfYNaP55m7zzhlJ-11" style="shape=partialRectangle;html=1;whiteSpace=wrap;connectable=0;fillColor=none;top=0;left=0;bottom=0;right=0;overflow=hidden;strokeColor=inherit;fontSize=16;fontColor=#000000;" value="" vertex="1">
          <mxGeometry height="30" width="34" as="geometry">
            <mxRectangle height="30" width="34" as="alternateBounds" />
          </mxGeometry>
        </mxCell>
        <mxCell id="4wj_1gfYNaP55m7zzhlJ-13" parent="4wj_1gfYNaP55m7zzhlJ-11" style="shape=partialRectangle;html=1;whiteSpace=wrap;connectable=0;fillColor=none;top=0;left=0;bottom=0;right=0;align=left;spacingLeft=6;overflow=hidden;strokeColor=inherit;fontSize=16;fontColor=#000000;" value="&lt;div style=&quot;text-align: center;&quot;&gt;&lt;span style=&quot;color: rgb(0, 0, 0); font-size: 12px; text-align: left;&quot;&gt;passengerr_name : VARCHAR(100)&lt;/span&gt;&lt;/div&gt;" vertex="1">
          <mxGeometry height="30" width="208" x="34" as="geometry">
            <mxRectangle height="30" width="208" as="alternateBounds" />
          </mxGeometry>
        </mxCell>
        <mxCell id="4wj_1gfYNaP55m7zzhlJ-15" parent="4wj_1gfYNaP55m7zzhlJ-1" style="shape=tableRow;horizontal=0;startSize=0;swimlaneHead=0;swimlaneBody=0;top=0;left=0;bottom=0;right=0;collapsible=0;dropTarget=0;fillColor=none;points=[[0,0.5],[1,0.5]];portConstraint=eastwest;strokeColor=inherit;fontSize=16;" value="" vertex="1">
          <mxGeometry height="30" width="241.93083844866135" y="150" as="geometry" />
        </mxCell>
        <mxCell id="4wj_1gfYNaP55m7zzhlJ-16" parent="4wj_1gfYNaP55m7zzhlJ-15" style="shape=partialRectangle;html=1;whiteSpace=wrap;connectable=0;fillColor=none;top=0;left=0;bottom=0;right=0;overflow=hidden;strokeColor=inherit;fontSize=16;fontColor=#000000;" value="" vertex="1">
          <mxGeometry height="30" width="34" as="geometry">
            <mxRectangle height="30" width="34" as="alternateBounds" />
          </mxGeometry>
        </mxCell>
        <mxCell id="4wj_1gfYNaP55m7zzhlJ-17" parent="4wj_1gfYNaP55m7zzhlJ-15" style="shape=partialRectangle;html=1;whiteSpace=wrap;connectable=0;fillColor=none;top=0;left=0;bottom=0;right=0;align=left;spacingLeft=6;overflow=hidden;strokeColor=inherit;fontSize=16;fontColor=#000000;" value="&lt;div style=&quot;text-align: center;&quot;&gt;&lt;span style=&quot;color: rgb(0, 0, 0); font-size: 12px; text-align: left;&quot;&gt;passenger_id_card : VARCHAR(20)&lt;/span&gt;&lt;/div&gt;" vertex="1">
          <mxGeometry height="30" width="208" x="34" as="geometry">
            <mxRectangle height="30" width="208" as="alternateBounds" />
          </mxGeometry>
        </mxCell>
        <mxCell id="4wj_1gfYNaP55m7zzhlJ-18" parent="4wj_1gfYNaP55m7zzhlJ-1" style="shape=tableRow;horizontal=0;startSize=0;swimlaneHead=0;swimlaneBody=0;top=0;left=0;bottom=0;right=0;collapsible=0;dropTarget=0;fillColor=none;points=[[0,0.5],[1,0.5]];portConstraint=eastwest;strokeColor=inherit;fontSize=16;" value="" vertex="1">
          <mxGeometry height="30" width="241.93083844866135" y="180" as="geometry" />
        </mxCell>
        <mxCell id="4wj_1gfYNaP55m7zzhlJ-19" parent="4wj_1gfYNaP55m7zzhlJ-18" style="shape=partialRectangle;html=1;whiteSpace=wrap;connectable=0;fillColor=none;top=0;left=0;bottom=0;right=0;overflow=hidden;strokeColor=inherit;fontSize=16;fontColor=#000000;" value="" vertex="1">
          <mxGeometry height="30" width="34" as="geometry">
            <mxRectangle height="30" width="34" as="alternateBounds" />
          </mxGeometry>
        </mxCell>
        <mxCell id="4wj_1gfYNaP55m7zzhlJ-20" parent="4wj_1gfYNaP55m7zzhlJ-18" style="shape=partialRectangle;html=1;whiteSpace=wrap;connectable=0;fillColor=none;top=0;left=0;bottom=0;right=0;align=left;spacingLeft=6;overflow=hidden;strokeColor=inherit;fontSize=16;fontColor=#000000;" value="&lt;div style=&quot;text-align: center;&quot;&gt;&lt;span style=&quot;color: rgb(0, 0, 0); font-size: 12px; text-align: left;&quot;&gt;seat_number : INT&lt;/span&gt;&lt;/div&gt;" vertex="1">
          <mxGeometry height="30" width="208" x="34" as="geometry">
            <mxRectangle height="30" width="208" as="alternateBounds" />
          </mxGeometry>
        </mxCell>
        <mxCell id="4wj_1gfYNaP55m7zzhlJ-14" edge="1" parent="4wj_1gfYNaP55m7zzhlJ-1" source="4wj_1gfYNaP55m7zzhlJ-2" style="endArrow=none;html=1;rounded=0;strokeColor=#000000;entryX=1.002;entryY=0.898;entryDx=0;entryDy=0;entryPerimeter=0;exitX=0;exitY=0.9;exitDx=0;exitDy=0;exitPerimeter=0;" target="4wj_1gfYNaP55m7zzhlJ-2" value="">
          <mxGeometry height="50" relative="1" width="50" as="geometry">
            <mxPoint x="72" y="102" as="sourcePoint" />
            <mxPoint x="122" y="52" as="targetPoint" />
          </mxGeometry>
        </mxCell>
      </root>
    </mxGraphModel>
  </diagram>
</mxfile>
